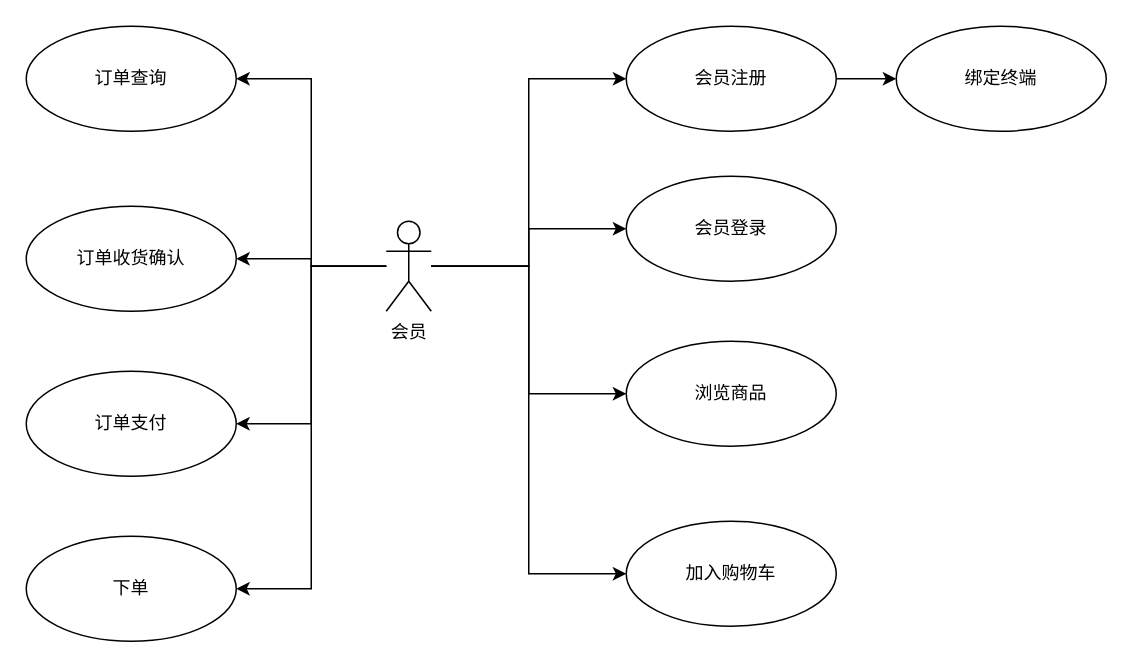
Above: page "会员" (2 of 2) of 食物觉醒用例图.drawio in fgliu-andy/doc (draw.io), before the change. Source tidied: cells renumbered, new cells numbered last; positions are measured from the earlier drawing's top-left corner, leaving out a move shared by most shapes. Both pictures are drawn from the tidied source at 150%, with x=0, y=0 at pixel (26, 26).
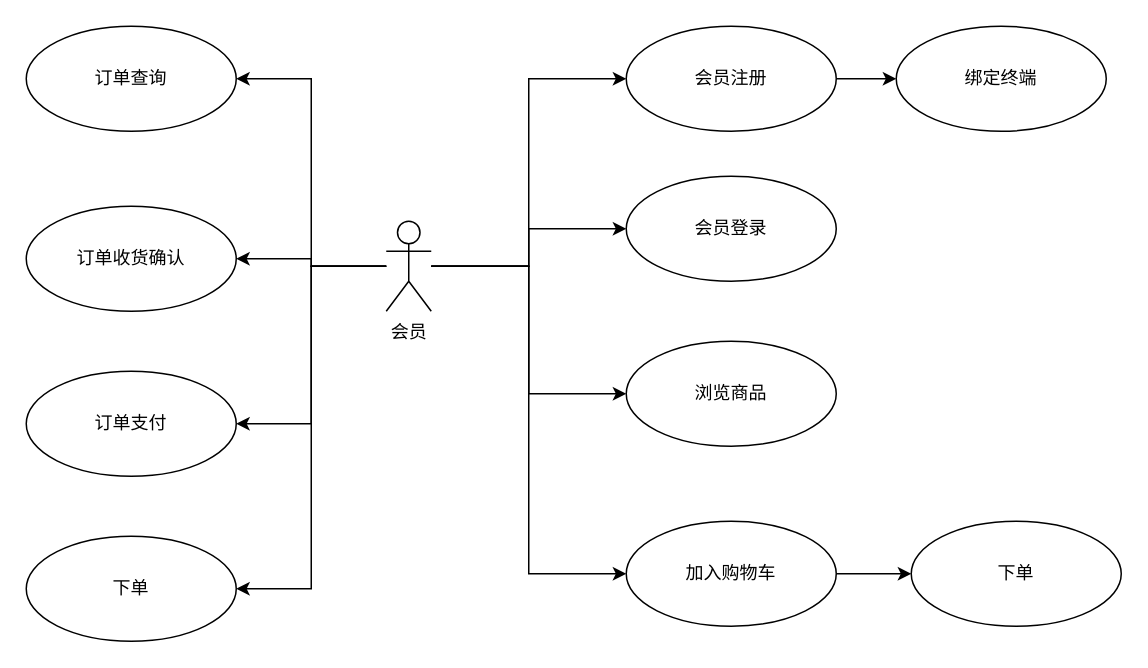
The same page after the edit.

The change refers to these unchanged cells:
```xml
<mxCell id="16" value="加入购物车" style="ellipse;whiteSpace=wrap;html=1;" parent="1" vertex="1">
  <mxGeometry x="400" y="330" width="140" height="70" as="geometry" />
</mxCell>
```

The edit, as a diff of the source:
```diff
@@
+    <mxCell id="21" style="edgeStyle=orthogonalEdgeStyle;rounded=0;jettySize=auto;html=1;" parent="1" edge="1" source="16" target="22">
+      <mxGeometry relative="1" as="geometry" />
+    </mxCell>
@@
+    <mxCell id="22" value="下单" style="ellipse;whiteSpace=wrap;html=1;" parent="1" vertex="1">
+      <mxGeometry x="590" y="330" width="140" height="70" as="geometry" />
+    </mxCell>
```
